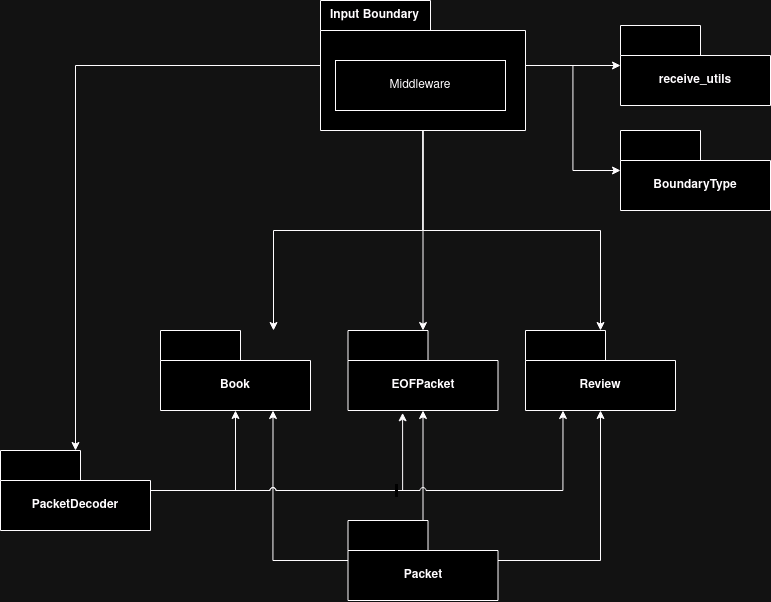
The draw.io diagram images/diagrama_paquetes.png in clezious/sistemas-distribuidos-tp1, before a commit. Source tidied: cells renumbered, new cells last; positions are measured from the earlier drawing's top-left corner, leaving out a move shared by most shapes. Source of this version:
```xml
<mxGraphModel>
  <root>
    <mxCell id="0" />
    <mxCell id="1" parent="0" />
    <mxCell id="2" style="edgeStyle=orthogonalEdgeStyle;rounded=0;jettySize=auto;html=1;" parent="1" edge="1" source="5" target="17">
      <mxGeometry relative="1" as="geometry">
        <Array as="points">
          <mxPoint x="422" y="230" />
          <mxPoint x="273" y="230" />
        </Array>
      </mxGeometry>
    </mxCell>
    <mxCell id="3" style="edgeStyle=orthogonalEdgeStyle;rounded=0;jettySize=auto;html=1;" parent="1" edge="1" source="5" target="18">
      <mxGeometry relative="1" as="geometry" />
    </mxCell>
    <mxCell id="4" style="edgeStyle=orthogonalEdgeStyle;rounded=0;jettySize=auto;html=1;" parent="1" edge="1" source="5" target="22">
      <mxGeometry relative="1" as="geometry" />
    </mxCell>
    <mxCell id="5" value="Input Boundary" style="shape=folder;fontStyle=1;tabWidth=110;tabHeight=30;tabPosition=left;html=1;boundedLbl=1;labelInHeader=1;whiteSpace=wrap;" parent="1" vertex="1">
      <mxGeometry x="320" width="205" height="130" as="geometry" />
    </mxCell>
    <mxCell id="6" value="Middleware" style="html=1;whiteSpace=wrap;" parent="5" vertex="1">
      <mxGeometry width="170" height="50" relative="1" as="geometry">
        <mxPoint x="15" y="60" as="offset" />
      </mxGeometry>
    </mxCell>
    <mxCell id="7" style="edgeStyle=orthogonalEdgeStyle;rounded=0;jettySize=auto;html=1;" parent="1" edge="1" source="9" target="10">
      <mxGeometry relative="1" as="geometry" />
    </mxCell>
    <mxCell id="8" style="edgeStyle=orthogonalEdgeStyle;rounded=0;jettySize=auto;html=1;" parent="1" edge="1" source="9" target="18">
      <mxGeometry relative="1" as="geometry" />
    </mxCell>
    <mxCell id="9" value="Packet" style="shape=folder;fontStyle=1;tabWidth=80;tabHeight=30;tabPosition=left;html=1;boundedLbl=1;whiteSpace=wrap;" parent="1" vertex="1">
      <mxGeometry x="347.5" y="520" width="150" height="80" as="geometry" />
    </mxCell>
    <mxCell id="10" value="EOFPacket" style="shape=folder;fontStyle=1;tabWidth=80;tabHeight=30;tabPosition=left;html=1;boundedLbl=1;whiteSpace=wrap;" parent="1" vertex="1">
      <mxGeometry x="347.5" y="330" width="150" height="80" as="geometry" />
    </mxCell>
    <mxCell id="11" style="edgeStyle=orthogonalEdgeStyle;rounded=0;jettySize=auto;html=1;" parent="1" edge="1" source="12" target="17">
      <mxGeometry relative="1" as="geometry" />
    </mxCell>
    <mxCell id="12" value="PacketDecoder" style="shape=folder;fontStyle=1;tabWidth=80;tabHeight=30;tabPosition=left;html=1;boundedLbl=1;whiteSpace=wrap;" parent="1" vertex="1">
      <mxGeometry y="450" width="150" height="80" as="geometry" />
    </mxCell>
    <mxCell id="13" style="edgeStyle=orthogonalEdgeStyle;rounded=0;jettySize=auto;html=1;jumpStyle=arc;" parent="1" edge="1" source="5" target="10">
      <mxGeometry relative="1" as="geometry" />
    </mxCell>
    <mxCell id="14" style="rounded=0;jettySize=auto;html=1;edgeStyle=orthogonalEdgeStyle;jumpStyle=arc;" parent="1" edge="1" source="5" target="12">
      <mxGeometry relative="1" as="geometry" />
    </mxCell>
    <mxCell id="15" value="receive_utils" style="shape=folder;fontStyle=1;tabWidth=80;tabHeight=30;tabPosition=left;html=1;boundedLbl=1;whiteSpace=wrap;" parent="1" vertex="1">
      <mxGeometry x="620" y="25" width="150" height="80" as="geometry" />
    </mxCell>
    <mxCell id="16" style="edgeStyle=none;rounded=0;jettySize=auto;html=1;" parent="1" edge="1" source="5" target="15">
      <mxGeometry relative="1" as="geometry" />
    </mxCell>
    <mxCell id="17" value="Book" style="shape=folder;fontStyle=1;tabWidth=80;tabHeight=30;tabPosition=left;html=1;boundedLbl=1;whiteSpace=wrap;" parent="1" vertex="1">
      <mxGeometry x="160" y="330" width="150" height="80" as="geometry" />
    </mxCell>
    <mxCell id="18" value="Review" style="shape=folder;fontStyle=1;tabWidth=80;tabHeight=30;tabPosition=left;html=1;boundedLbl=1;whiteSpace=wrap;" parent="1" vertex="1">
      <mxGeometry x="525" y="330" width="150" height="80" as="geometry" />
    </mxCell>
    <mxCell id="19" style="edgeStyle=orthogonalEdgeStyle;rounded=0;jettySize=auto;html=1;entryX=0.75;entryY=1;entryDx=0;entryDy=0;entryPerimeter=0;" parent="1" edge="1" source="9" target="17">
      <mxGeometry relative="1" as="geometry" />
    </mxCell>
    <mxCell id="20" style="edgeStyle=orthogonalEdgeStyle;rounded=0;jettySize=auto;html=1;entryX=0.364;entryY=1.029;entryDx=0;entryDy=0;entryPerimeter=0;jumpStyle=arc;" parent="1" edge="1" source="12" target="10">
      <mxGeometry relative="1" as="geometry" />
    </mxCell>
    <mxCell id="21" value="&amp;nbsp;" style="edgeStyle=orthogonalEdgeStyle;rounded=0;jettySize=auto;html=1;entryX=0.25;entryY=1;entryDx=0;entryDy=0;entryPerimeter=0;jumpStyle=arc;" parent="1" edge="1" source="12" target="18">
      <mxGeometry relative="1" as="geometry" />
    </mxCell>
    <mxCell id="22" value="BoundaryType" style="shape=folder;fontStyle=1;tabWidth=80;tabHeight=30;tabPosition=left;html=1;boundedLbl=1;whiteSpace=wrap;" parent="1" vertex="1">
      <mxGeometry x="620" y="130" width="150" height="80" as="geometry" />
    </mxCell>
  </root>
</mxGraphModel>
```
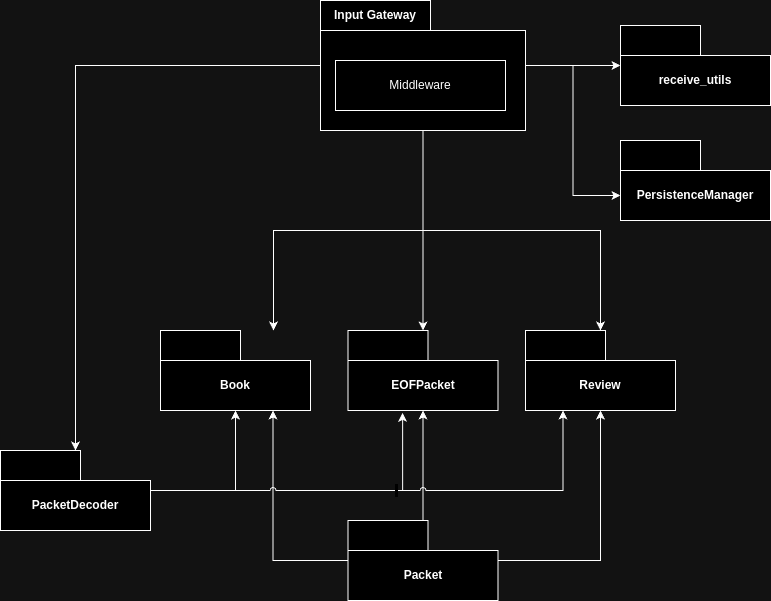
The same diagram one commit later.

The edit, as a diff of the source:
```diff
@@ -13,10 +13,7 @@
     <mxCell id="3" style="edgeStyle=orthogonalEdgeStyle;rounded=0;jettySize=auto;html=1;" parent="1" edge="1" source="5" target="18">
       <mxGeometry relative="1" as="geometry" />
     </mxCell>
-    <mxCell id="4" style="edgeStyle=orthogonalEdgeStyle;rounded=0;jettySize=auto;html=1;" parent="1" edge="1" source="5" target="22">
-      <mxGeometry relative="1" as="geometry" />
-    </mxCell>
-    <mxCell id="5" value="Input Boundary" style="shape=folder;fontStyle=1;tabWidth=110;tabHeight=30;tabPosition=left;html=1;boundedLbl=1;labelInHeader=1;whiteSpace=wrap;" parent="1" vertex="1">
+    <mxCell id="5" value="Input Gateway" style="shape=folder;fontStyle=1;tabWidth=110;tabHeight=30;tabPosition=left;html=1;boundedLbl=1;labelInHeader=1;whiteSpace=wrap;" parent="1" vertex="1">
       <mxGeometry x="320" width="205" height="130" as="geometry" />
     </mxCell>
     <mxCell id="6" value="Middleware" style="html=1;whiteSpace=wrap;" parent="5" vertex="1">
@@ -69,8 +66,11 @@
     <mxCell id="21" value="&amp;nbsp;" style="edgeStyle=orthogonalEdgeStyle;rounded=0;jettySize=auto;html=1;entryX=0.25;entryY=1;entryDx=0;entryDy=0;entryPerimeter=0;jumpStyle=arc;" parent="1" edge="1" source="12" target="18">
       <mxGeometry relative="1" as="geometry" />
     </mxCell>
-    <mxCell id="22" value="BoundaryType" style="shape=folder;fontStyle=1;tabWidth=80;tabHeight=30;tabPosition=left;html=1;boundedLbl=1;whiteSpace=wrap;" parent="1" vertex="1">
-      <mxGeometry x="620" y="130" width="150" height="80" as="geometry" />
-    </mxCell>
+    <mxCell id="23" value="PersistenceManager" style="shape=folder;fontStyle=1;tabWidth=80;tabHeight=30;tabPosition=left;html=1;boundedLbl=1;whiteSpace=wrap;" parent="1" vertex="1">
+      <mxGeometry x="620" y="140" width="150" height="80" as="geometry" />
+    </mxCell>
+    <mxCell id="24" style="edgeStyle=orthogonalEdgeStyle;rounded=0;jettySize=auto;html=1;entryX=0;entryY=0;entryDx=0;entryDy=55;entryPerimeter=0;" parent="1" edge="1" source="5" target="23">
+      <mxGeometry relative="1" as="geometry" />
+    </mxCell>
   </root>
 </mxGraphModel>
```
